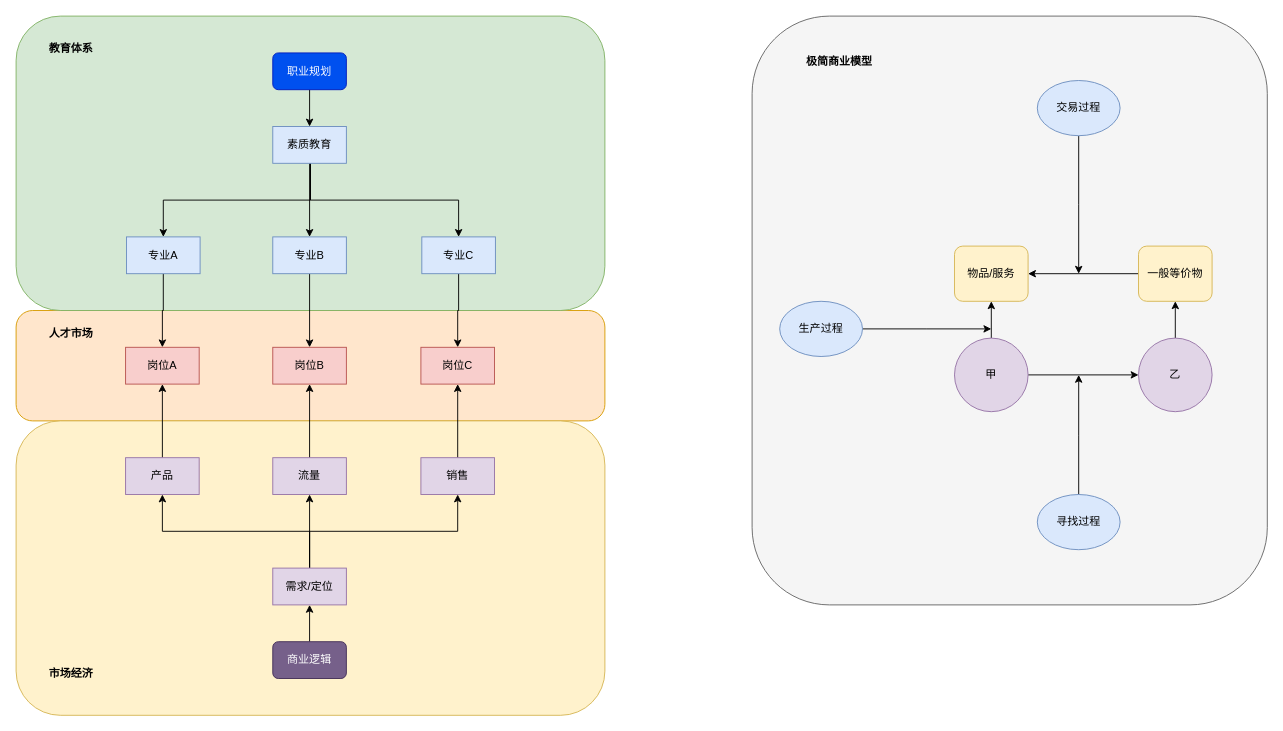
The draw.io diagram 转变.drawio in youyusan/life_system, before the edit. Source tidied: cells renumbered, new cells numbered last; positions are measured from the earlier drawing's top-left corner, leaving out a move shared by most shapes. Both pictures are drawn from the tidied source at 92%, with x=0, y=0 at pixel (16, 16).
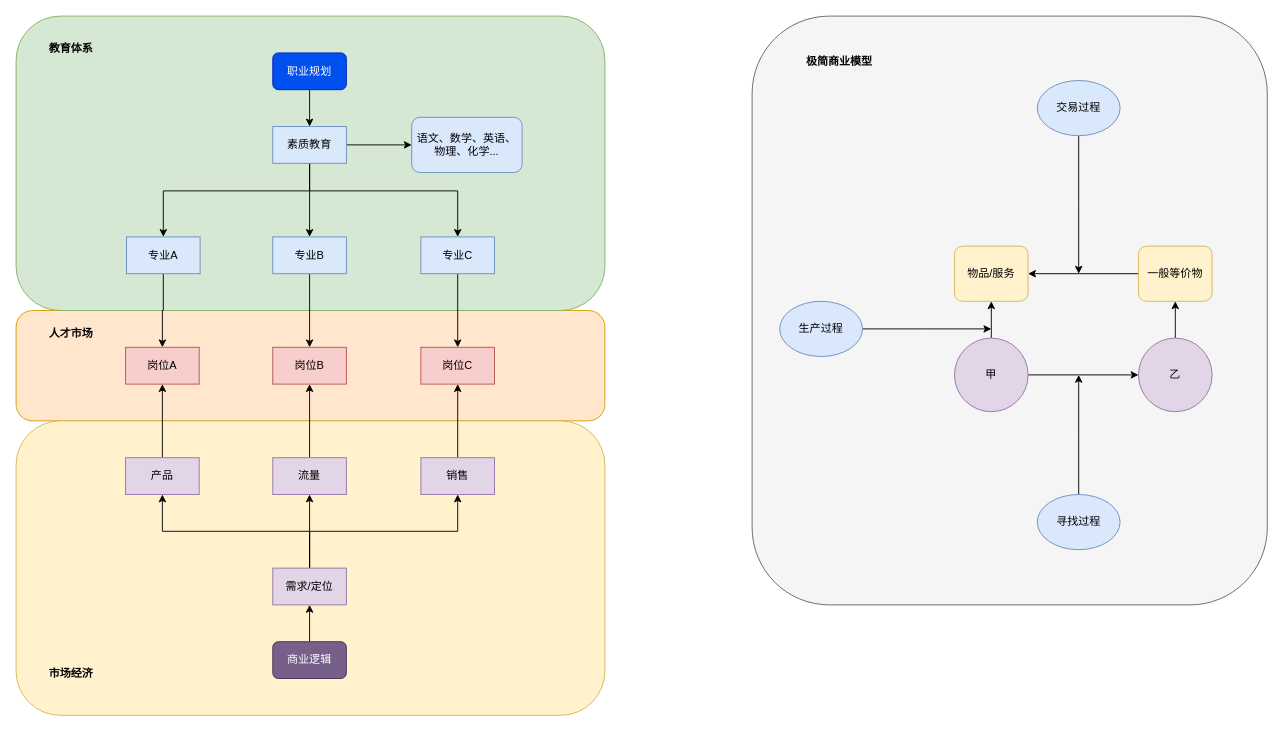
The same diagram, later.

Unchanged cells that the change refers to:
```xml
<mxCell id="7" value="专业A" style="rounded=0;whiteSpace=wrap;html=1;fillColor=#dae8fc;strokeColor=#6c8ebf;" parent="1" vertex="1">
  <mxGeometry x="120" y="240" width="80" height="40" as="geometry" />
</mxCell>
<mxCell id="21" value="素质教育" style="rounded=0;whiteSpace=wrap;html=1;fillColor=#dae8fc;strokeColor=#6c8ebf;" parent="1" vertex="1">
  <mxGeometry x="279" y="120" width="80" height="40" as="geometry" />
</mxCell>
<mxCell id="25" value="专业B" style="rounded=0;whiteSpace=wrap;html=1;fillColor=#dae8fc;strokeColor=#6c8ebf;" parent="1" vertex="1">
  <mxGeometry x="279" y="240" width="80" height="40" as="geometry" />
</mxCell>
```

Change to the diagram source:
```diff
@@
+    <mxCell id="19" style="edgeStyle=orthogonalEdgeStyle;rounded=0;jettySize=auto;html=1;entryX=0.5;entryY=0;entryDx=0;entryDy=0;" parent="1" edge="1" source="21" target="25">
+      <mxGeometry relative="1" as="geometry" />
+    </mxCell>
     <mxCell id="18" style="edgeStyle=orthogonalEdgeStyle;rounded=0;jettySize=auto;html=1;entryX=0.5;entryY=0;entryDx=0;entryDy=0;" parent="1" edge="1" source="21" target="7">
       <mxGeometry relative="1" as="geometry">
         <Array as="points">
-          <mxPoint x="320" y="200" />
-          <mxPoint x="160" y="200" />
+          <mxPoint x="319" y="190" />
+          <mxPoint x="160" y="190" />
         </Array>
       </mxGeometry>
     </mxCell>
-    <mxCell id="19" style="edgeStyle=orthogonalEdgeStyle;rounded=0;jettySize=auto;html=1;entryX=0.5;entryY=0;entryDx=0;entryDy=0;" parent="1" edge="1" source="21" target="25">
-      <mxGeometry relative="1" as="geometry" />
-    </mxCell>
     <mxCell id="20" style="edgeStyle=orthogonalEdgeStyle;rounded=0;jettySize=auto;html=1;" parent="1" edge="1" source="21" target="27">
       <mxGeometry relative="1" as="geometry">
         <Array as="points">
-          <mxPoint x="320" y="200" />
-          <mxPoint x="481" y="200" />
+          <mxPoint x="319" y="190" />
+          <mxPoint x="480" y="190" />
         </Array>
       </mxGeometry>
     </mxCell>
+    <mxCell id="51" style="edgeStyle=orthogonalEdgeStyle;rounded=0;jettySize=auto;html=1;" parent="1" edge="1" source="21" target="52">
+      <mxGeometry relative="1" as="geometry" />
+    </mxCell>
@@
     <mxCell id="27" value="专业C" style="rounded=0;whiteSpace=wrap;html=1;fillColor=#dae8fc;strokeColor=#6c8ebf;" parent="1" vertex="1">
-      <mxGeometry x="441" y="240" width="80" height="40" as="geometry" />
+      <mxGeometry x="440" y="240" width="80" height="40" as="geometry" />
     </mxCell>
@@
+    <mxCell id="52" value="语文、数学、英语、物理、化学..." style="rounded=1;whiteSpace=wrap;html=1;fillColor=#dae8fc;strokeColor=#6c8ebf;" parent="1" vertex="1">
+      <mxGeometry x="430" y="110" width="120" height="60" as="geometry" />
+    </mxCell>
```
